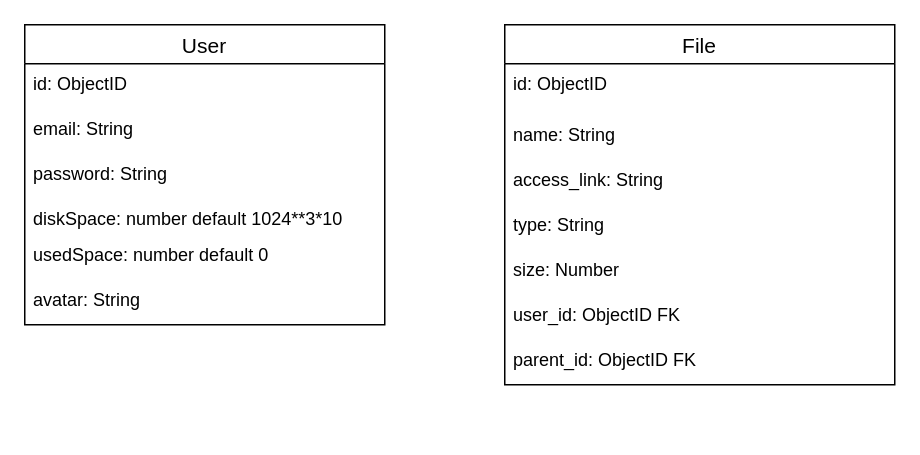
Above: cloudStore.drawio in evgkamok/cloudStore (draw.io), before the change. Source tidied: cells renumbered, new cells numbered last; positions are measured from the earlier drawing's top-left corner, leaving out a move shared by most shapes. Both pictures are drawn from the tidied source at 150%, with x=0, y=0 at pixel (24, 24).
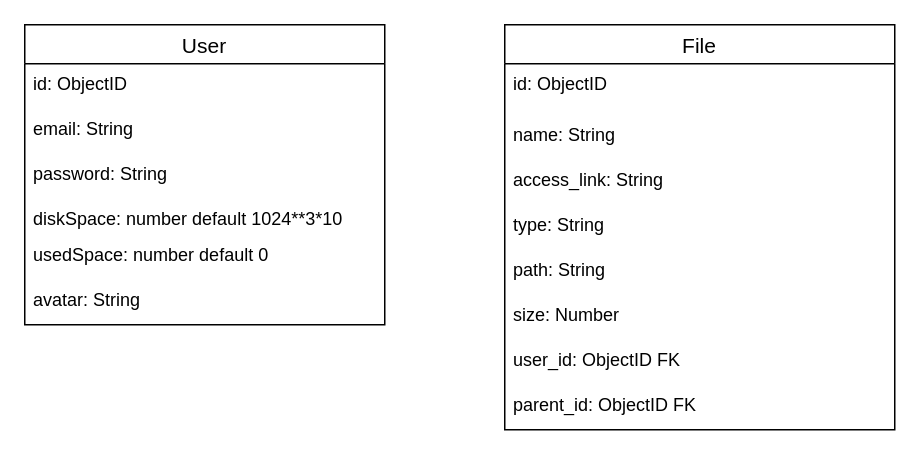
After the change.

Commit message (it also covers changes not shown here):
complete: File schema, fileService, fileController, fileRoutes

Change to the diagram source:
```diff
@@
 <mxGraphModel>
   <root>
     <mxCell id="0" />
     <mxCell id="1" parent="0" />
     <mxCell id="2" value="User" style="swimlane;fontStyle=0;horizontal=1;startSize=26;align=center;fontSize=14;" parent="1" vertex="1">
       <mxGeometry width="240" height="200" as="geometry" />
     </mxCell>
     <mxCell id="3" value="id: ObjectID" style="text;strokeColor=none;fillColor=none;spacingLeft=4;spacingRight=4;overflow=hidden;fontSize=12;" parent="2" vertex="1">
       <mxGeometry y="26" width="240" height="30" as="geometry" />
     </mxCell>
     <mxCell id="4" value="email: String" style="text;strokeColor=none;fillColor=none;spacingLeft=4;spacingRight=4;overflow=hidden;fontSize=12;" parent="2" vertex="1">
       <mxGeometry y="56" width="240" height="30" as="geometry" />
     </mxCell>
     <mxCell id="5" value="password: String" style="text;strokeColor=none;fillColor=none;spacingLeft=4;spacingRight=4;overflow=hidden;fontSize=12;" parent="2" vertex="1">
       <mxGeometry y="86" width="240" height="30" as="geometry" />
     </mxCell>
     <mxCell id="6" value="diskSpace: number default 1024**3*10" style="text;strokeColor=none;fillColor=none;spacingLeft=4;spacingRight=4;overflow=hidden;fontSize=12;" parent="2" vertex="1">
       <mxGeometry y="116" width="240" height="24" as="geometry" />
     </mxCell>
     <mxCell id="7" value="usedSpace: number default 0" style="text;strokeColor=none;fillColor=none;spacingLeft=4;spacingRight=4;overflow=hidden;fontSize=12;" parent="2" vertex="1">
       <mxGeometry y="140" width="240" height="30" as="geometry" />
     </mxCell>
     <mxCell id="8" value="avatar: String" style="text;strokeColor=none;fillColor=none;spacingLeft=4;spacingRight=4;overflow=hidden;fontSize=12;" parent="2" vertex="1">
       <mxGeometry y="170" width="240" height="30" as="geometry" />
     </mxCell>
     <mxCell id="9" value="File" style="swimlane;fontStyle=0;horizontal=1;startSize=26;align=center;fontSize=14;" parent="1" vertex="1">
-      <mxGeometry x="320" width="260" height="240" as="geometry" />
+      <mxGeometry x="320" width="260" height="270" as="geometry" />
     </mxCell>
     <mxCell id="10" value="id: ObjectID" style="text;strokeColor=none;fillColor=none;spacingLeft=4;spacingRight=4;overflow=hidden;fontSize=12;" parent="9" vertex="1">
       <mxGeometry y="26" width="260" height="34" as="geometry" />
     </mxCell>
     <mxCell id="11" value="name: String" style="text;strokeColor=none;fillColor=none;spacingLeft=4;spacingRight=4;overflow=hidden;fontSize=12;" parent="9" vertex="1">
       <mxGeometry y="60" width="260" height="30" as="geometry" />
     </mxCell>
     <mxCell id="12" value="access_link: String" style="text;strokeColor=none;fillColor=none;spacingLeft=4;spacingRight=4;overflow=hidden;fontSize=12;" parent="9" vertex="1">
       <mxGeometry y="90" width="260" height="30" as="geometry" />
     </mxCell>
     <mxCell id="13" value="type: String" style="text;strokeColor=none;fillColor=none;spacingLeft=4;spacingRight=4;overflow=hidden;fontSize=12;" parent="9" vertex="1">
       <mxGeometry y="120" width="260" height="30" as="geometry" />
     </mxCell>
+    <mxCell id="17" value="path: String" style="text;strokeColor=none;fillColor=none;spacingLeft=4;spacingRight=4;overflow=hidden;fontSize=12;" parent="9" vertex="1">
+      <mxGeometry y="150" width="260" height="30" as="geometry" />
+    </mxCell>
     <mxCell id="14" value="size: Number" style="text;strokeColor=none;fillColor=none;spacingLeft=4;spacingRight=4;overflow=hidden;fontSize=12;" parent="9" vertex="1">
-      <mxGeometry y="150" width="260" height="30" as="geometry" />
+      <mxGeometry y="180" width="260" height="30" as="geometry" />
     </mxCell>
     <mxCell id="15" value="user_id: ObjectID FK" style="text;strokeColor=none;fillColor=none;spacingLeft=4;spacingRight=4;overflow=hidden;fontSize=12;" parent="9" vertex="1">
-      <mxGeometry y="180" width="260" height="30" as="geometry" />
+      <mxGeometry y="210" width="260" height="30" as="geometry" />
     </mxCell>
     <mxCell id="16" value="parent_id: ObjectID FK" style="text;strokeColor=none;fillColor=none;spacingLeft=4;spacingRight=4;overflow=hidden;fontSize=12;" parent="9" vertex="1">
-      <mxGeometry y="210" width="260" height="30" as="geometry" />
+      <mxGeometry y="240" width="260" height="30" as="geometry" />
     </mxCell>
   </root>
 </mxGraphModel>
```
